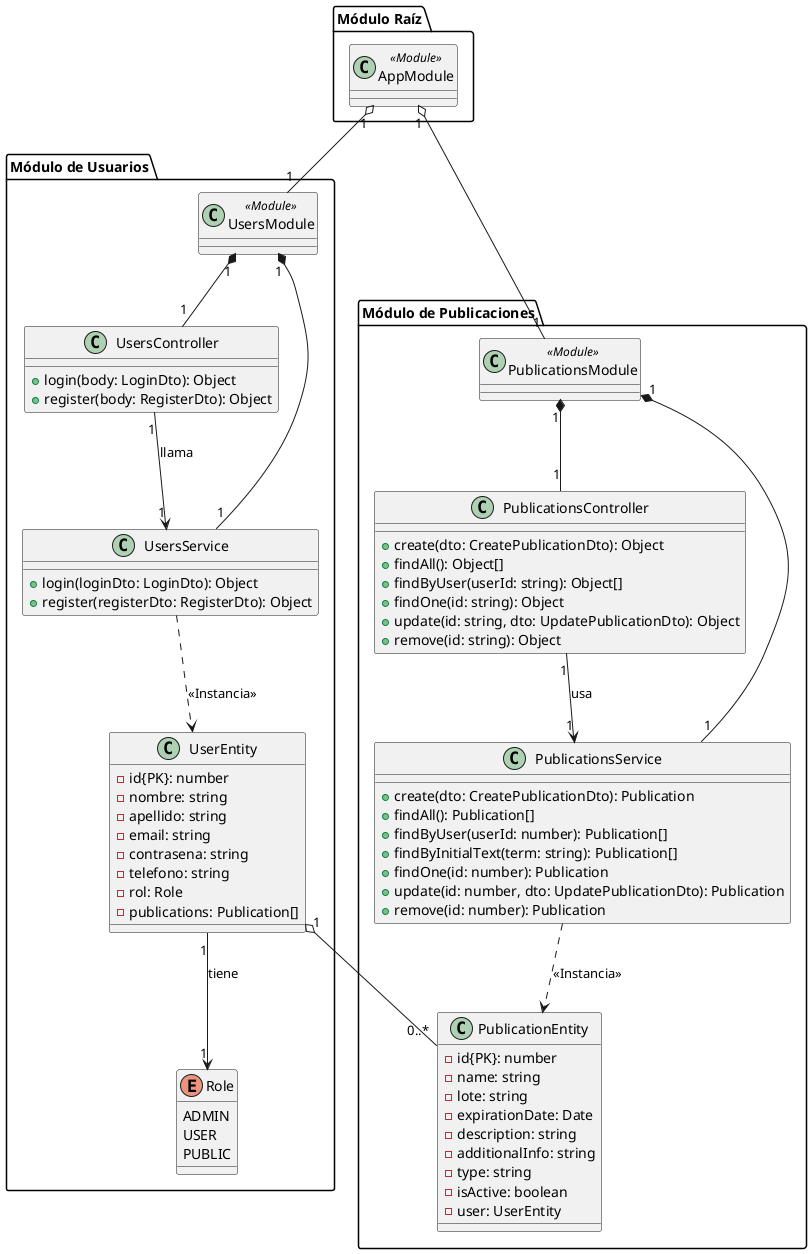
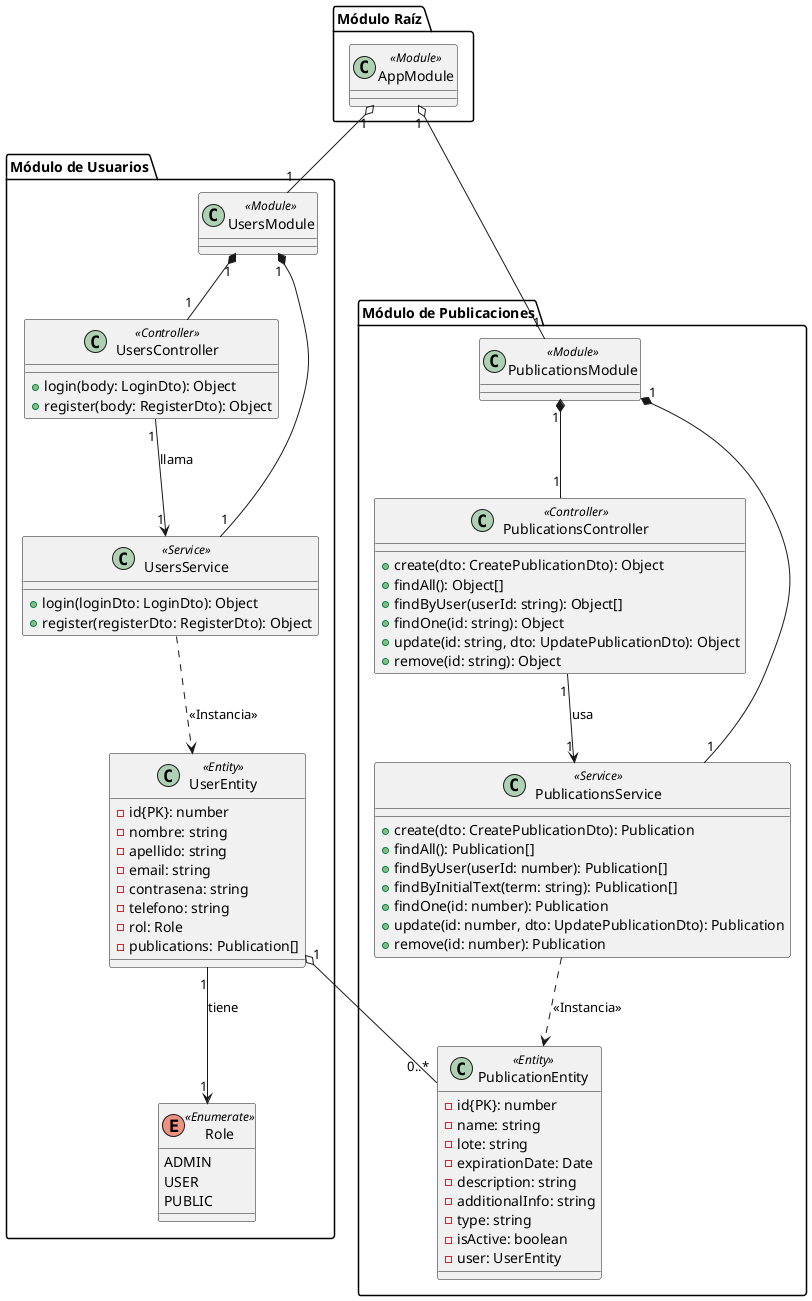
@startuml

package "Módulo Raíz" {
    class AppModule <<Module>> {
    }
}

package "Módulo de Usuarios" {
    class UsersModule <<Module>> {
    }

-     enum Role {
+     enum Role <<Enumerate>>{
        ADMIN
        USER
        PUBLIC
    }

-     class UsersController {
+     class UsersController <<Controller>> {
        + login(body: LoginDto): Object
        + register(body: RegisterDto): Object
    }

-     class UsersService {
+     class UsersService <<Service>> {
        + login(loginDto: LoginDto): Object
        + register(registerDto: RegisterDto): Object
    }

-     class UserEntity {
+     class UserEntity <<Entity>> {
        - id{PK}: number
        - nombre: string
        - apellido: string
        - email: string
        - contrasena: string
        - telefono: string
        - rol: Role
        - publications: Publication[]
    }

    ' Composición: El módulo controla el ciclo de vida de sus componentes
    UsersModule "1" *-- "1" UsersController
    UsersModule "1" *-- "1" UsersService

    ' Asociación: El controlador usa el servicio
    UsersController "1" --> "1" UsersService : llama
    UsersService ..> UserEntity : <<Instancia>>
    UserEntity "1" --> "1" Role : tiene
}

package "Módulo de Publicaciones" {
    class PublicationsModule <<Module>> {
    }

-     class PublicationsController {
+     class PublicationsController <<Controller>> {
        + create(dto: CreatePublicationDto): Object
        + findAll(): Object[]
        + findByUser(userId: string): Object[]
        + findOne(id: string): Object
        + update(id: string, dto: UpdatePublicationDto): Object
        + remove(id: string): Object
    }

-     class PublicationsService {
+     class PublicationsService <<Service>>{
        + create(dto: CreatePublicationDto): Publication
        + findAll(): Publication[]
        + findByUser(userId: number): Publication[]
        + findByInitialText(term: string): Publication[]
        + findOne(id: number): Publication
        + update(id: number, dto: UpdatePublicationDto): Publication
        + remove(id: number): Publication
    }

-     class PublicationEntity {
+     class PublicationEntity <<Entity>> {
        - id{PK}: number
        - name: string
        - lote: string
        - expirationDate: Date
        - description: string
        - additionalInfo: string
        - type: string
        - isActive: boolean
        - user: UserEntity
    }

    ' Composición
    PublicationsModule "1" *-- "1" PublicationsController
    PublicationsModule "1" *-- "1" PublicationsService

    ' Asociación
    PublicationsController "1" --> "1" PublicationsService : usa
    PublicationsService ..> PublicationEntity : <<Instancia>>
}

' Agregación: El módulo raíz agrupa a los módulos hijos
AppModule "1" o-- "1" UsersModule
AppModule "1" o-- "1" PublicationsModule

' Agregación: Un usuario agrupa publicaciones
UserEntity "1" o-- "0..*" PublicationEntity

@enduml
